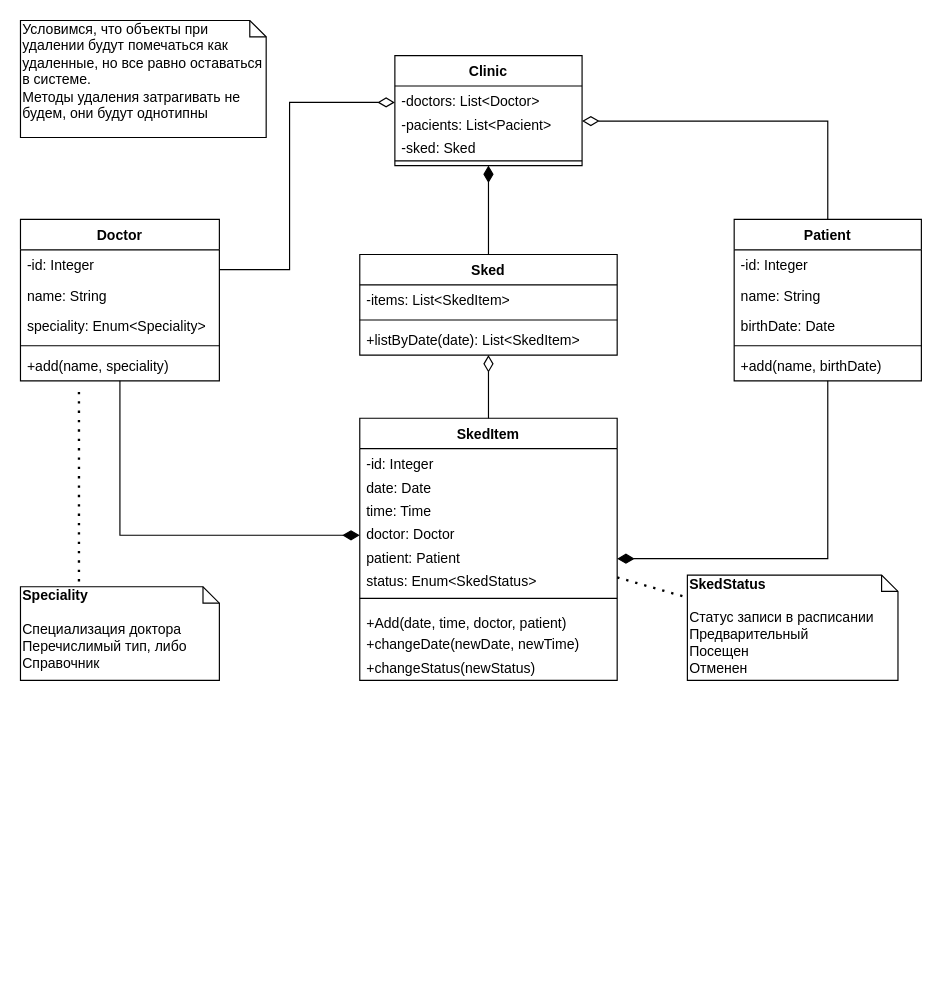
Earlier version of the draw.io diagram page "Actual" (1 of 2) of Untitled Diagram.drawio (macarenko/EnterprisePatterns). Source tidied: cells renumbered, new cells numbered last; positions are measured from the earlier drawing's top-left corner, leaving out a move shared by most shapes. Both pictures are drawn from the tidied source at 117%, with x=0, y=0 at pixel (20, 20).
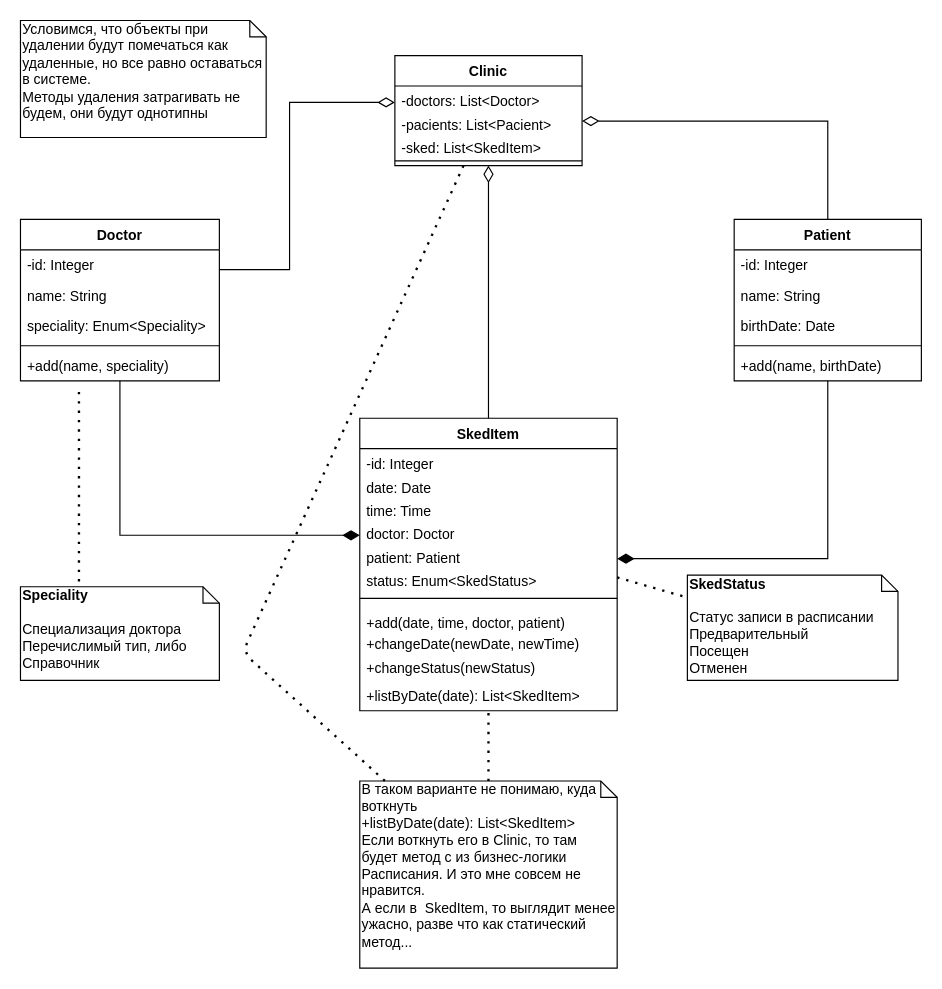
After the change.

Unchanged cells that the change refers to:
```xml
<mxCell id="4" value="Clinic" style="swimlane;fontStyle=1;align=center;verticalAlign=top;horizontal=1;startSize=26;" parent="1" vertex="1">
  <mxGeometry x="320" y="30" width="160" height="94" as="geometry" />
</mxCell>
```

Change to the diagram source:
```diff
@@
-    <mxCell id="7" value="-sked: Sked" style="text;strokeColor=none;fillColor=none;align=left;verticalAlign=top;spacingLeft=4;spacingRight=4;overflow=hidden;" parent="4" vertex="1">
+    <mxCell id="7" value="-sked: List&lt;SkedItem&gt;" style="text;strokeColor=none;fillColor=none;align=left;verticalAlign=top;spacingLeft=4;spacingRight=4;overflow=hidden;" parent="4" vertex="1">
       <mxGeometry y="66" width="160" height="20" as="geometry" />
     </mxCell>
@@
-    <mxCell id="10" value="Sked" style="swimlane;fontStyle=1;align=center;verticalAlign=top;horizontal=1;startSize=26;" parent="1" vertex="1">
-      <mxGeometry x="290" y="200" width="220" height="86" as="geometry" />
-    </mxCell>
-    <mxCell id="11" value="-items: List&lt;SkedItem&gt;" style="text;strokeColor=none;fillColor=none;align=left;verticalAlign=top;spacingLeft=4;spacingRight=4;overflow=hidden;" parent="10" vertex="1">
-      <mxGeometry y="26" width="220" height="26" as="geometry" />
-    </mxCell>
-    <mxCell id="12" style="line;strokeWidth=1;fillColor=none;align=left;verticalAlign=middle;spacingTop=-1;spacingLeft=3;spacingRight=3;labelPosition=right;" parent="10" vertex="1">
-      <mxGeometry y="52" width="220" height="8" as="geometry" />
-    </mxCell>
-    <mxCell id="13" value="+listByDate(date): List&lt;SkedItem&gt;" style="text;strokeColor=none;fillColor=none;align=left;verticalAlign=top;spacingLeft=4;spacingRight=4;overflow=hidden;" parent="10" vertex="1">
-      <mxGeometry y="60" width="220" height="26" as="geometry" />
-    </mxCell>
     <mxCell id="14" value="SkedItem" style="swimlane;fontStyle=1;align=center;verticalAlign=top;horizontal=1;startSize=26;" parent="1" vertex="1">
-      <mxGeometry x="290" y="340" width="220" height="224" as="geometry" />
+      <mxGeometry x="290" y="340" width="220" height="250" as="geometry" />
     </mxCell>
@@
-    <mxCell id="22" value="+Add(date, time, doctor, patient)" style="text;strokeColor=none;fillColor=none;align=left;verticalAlign=top;spacingLeft=4;spacingRight=4;overflow=hidden;" parent="14" vertex="1">
+    <mxCell id="22" value="+add(date, time, doctor, patient)" style="text;strokeColor=none;fillColor=none;align=left;verticalAlign=top;spacingLeft=4;spacingRight=4;overflow=hidden;" parent="14" vertex="1">
       <mxGeometry y="162" width="220" height="18" as="geometry" />
     </mxCell>
@@
-    <mxCell id="25" style="edgeStyle=orthogonalEdgeStyle;rounded=0;sketch=0;jumpSize=10;jettySize=auto;html=1;shadow=0;startArrow=none;startFill=0;endArrow=diamondThin;endFill=1;endSize=12;startSize=6;" parent="1" edge="1" source="10" target="4">
-      <mxGeometry relative="1" as="geometry" />
-    </mxCell>
+    <mxCell id="13" value="+listByDate(date): List&lt;SkedItem&gt;" style="text;strokeColor=none;fillColor=none;align=left;verticalAlign=top;spacingLeft=4;spacingRight=4;overflow=hidden;" parent="14" vertex="1">
+      <mxGeometry y="224" width="220" height="26" as="geometry" />
+    </mxCell>
-    <mxCell id="26" style="edgeStyle=orthogonalEdgeStyle;rounded=0;sketch=0;jettySize=auto;html=1;shadow=0;startArrow=none;startFill=0;endArrow=diamondThin;endFill=0;endSize=12;jumpSize=10;" parent="1" edge="1" source="14" target="10">
+    <mxCell id="26" style="edgeStyle=orthogonalEdgeStyle;rounded=0;sketch=0;jettySize=auto;html=1;shadow=0;startArrow=none;startFill=0;endArrow=diamondThin;endFill=0;endSize=12;jumpSize=10;" parent="1" edge="1" source="14" target="4">
       <mxGeometry relative="1" as="geometry" />
     </mxCell>
@@
+    <mxCell id="45" value="В таком варианте не понимаю, куда воткнуть&amp;nbsp;&lt;br&gt;&lt;span&gt;+listByDate(date): List&amp;lt;SkedItem&amp;gt;&lt;br&gt;&lt;/span&gt;Если воткнуть его в Clinic, то там будет метод с из бизнес-логики Расписания. И это мне совсем не нравится.&lt;br&gt;А если в&amp;nbsp; SkedItem, то выглядит менее ужасно, разве что как статический метод..." style="shape=note;whiteSpace=wrap;html=1;size=14;verticalAlign=top;align=left;spacingTop=-6;" parent="1" vertex="1">
+      <mxGeometry x="290" y="650" width="220" height="160" as="geometry" />
+    </mxCell>
+    <mxCell id="46" style="endArrow=none;dashed=1;html=1;dashPattern=1 3;strokeWidth=2;" parent="1" edge="1" source="45" target="14">
+      <mxGeometry relative="1" as="geometry" />
+    </mxCell>
+    <mxCell id="47" style="endArrow=none;dashed=1;html=1;dashPattern=1 3;strokeWidth=2;" parent="1" edge="1" source="4" target="45">
+      <mxGeometry relative="1" as="geometry">
+        <Array as="points">
+          <mxPoint x="190" y="540" />
+        </Array>
+      </mxGeometry>
+    </mxCell>
```
